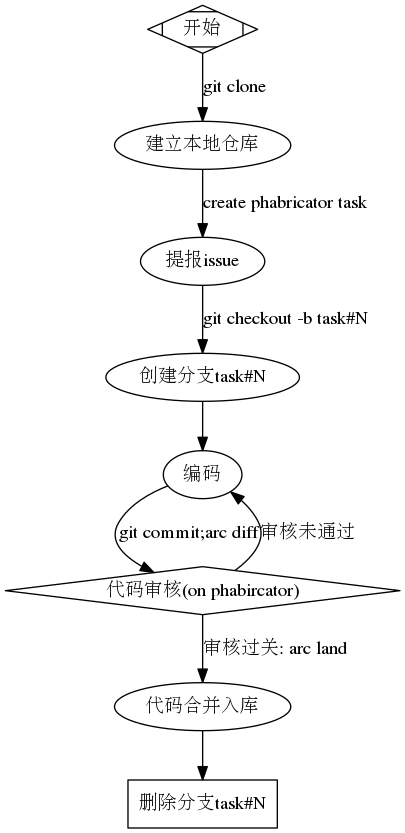
The Graphviz diagram imgs/project-management/git-phabricator.png in subaochen/blog, before a commit. Its source is kept beside it as imgs/project-management/git-phabricator.dot. Its diagram source:
```dot
digraph G {
    begin[label = "开始", shape=Mdiamond];
    local_repo[label = "建立本地仓库"];
    create_issue[label = "提报issue"];
    create_branch[label = "创建分支task#N"];
    coding[label="编码"];
    code_review[label = "代码审核(on phabircator)",shape=diamond];
    code_merge[label = "代码合并入库"];
    remove_branch[label="删除分支task#N",shape=box];



    begin->local_repo[label = "git clone"];
    local_repo->create_issue[label = "create phabricator task"];
    create_issue->create_branch[label="git checkout -b task#N"];
    create_branch->coding;
    coding->code_review[label="git commit;arc diff"];
    code_review->code_merge[label="审核过关: arc land"];
    code_merge->remove_branch;

    code_review->coding[label="审核未通过"];

}
```
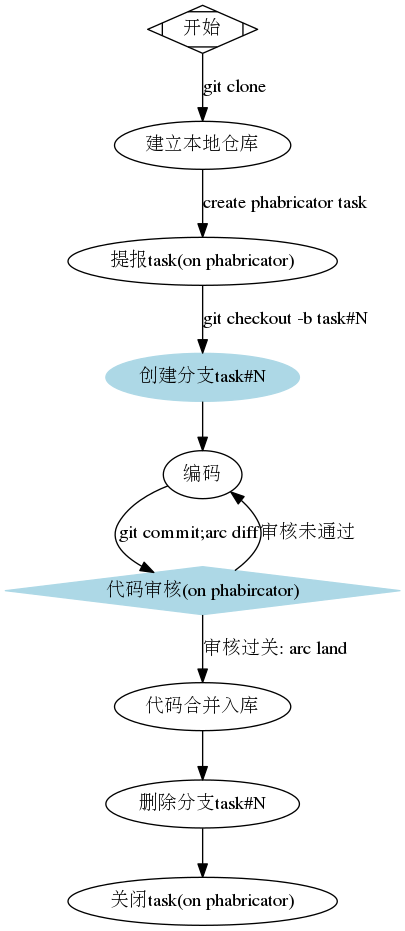
After the change.

Commit message:
polish the git phabricator workflow

Diff of the diagram source:
```diff
@@ -1,12 +1,13 @@
 digraph G {
     begin[label = "开始", shape=Mdiamond];
     local_repo[label = "建立本地仓库"];
-    create_issue[label = "提报issue"];
-    create_branch[label = "创建分支task#N"];
+    create_issue[label = "提报task(on phabricator)"];
+    create_branch[label = "创建分支task#N",color="lightblue",style=filled];
     coding[label="编码"];
-    code_review[label = "代码审核(on phabircator)",shape=diamond];
+    code_review[label = "代码审核(on phabircator)",shape=diamond,color="lightblue",style=filled];
     code_merge[label = "代码合并入库"];
-    remove_branch[label="删除分支task#N",shape=box];
+    remove_branch[label="删除分支task#N"];
+    close_issue[label="关闭task(on phabricator)"];
 
 
 
@@ -16,7 +17,7 @@
     create_branch->coding;
     coding->code_review[label="git commit;arc diff"];
     code_review->code_merge[label="审核过关: arc land"];
-    code_merge->remove_branch;
+    code_merge->remove_branch->close_issue;
 
     code_review->coding[label="审核未通过"];
 
```
